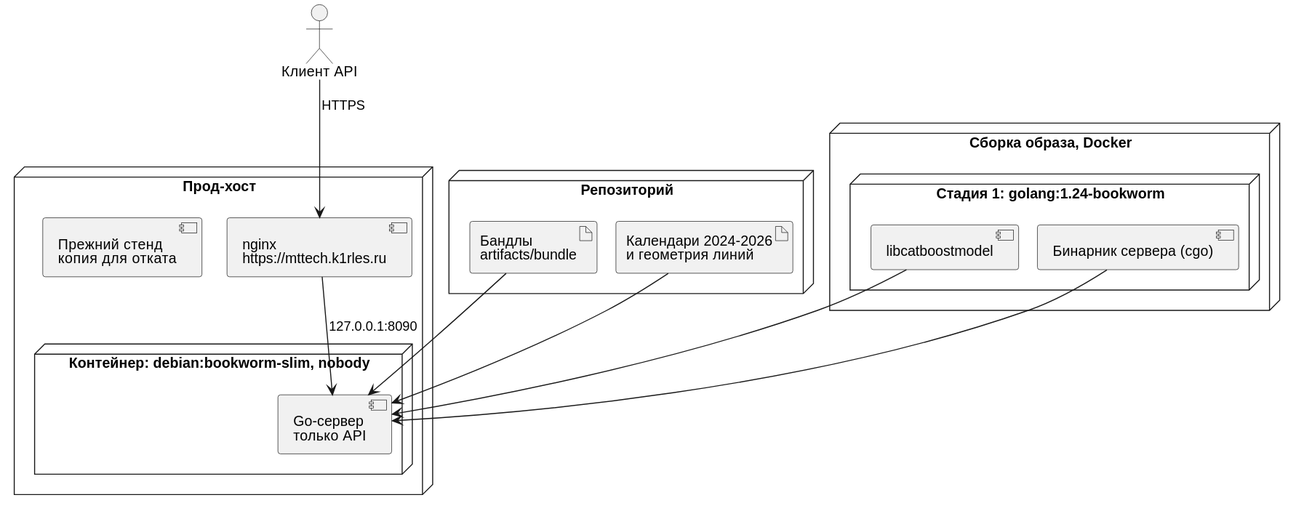
Earlier version of the PlantUML export final/docs/img/diagram-deployment.svg (George573/trans_predicting).
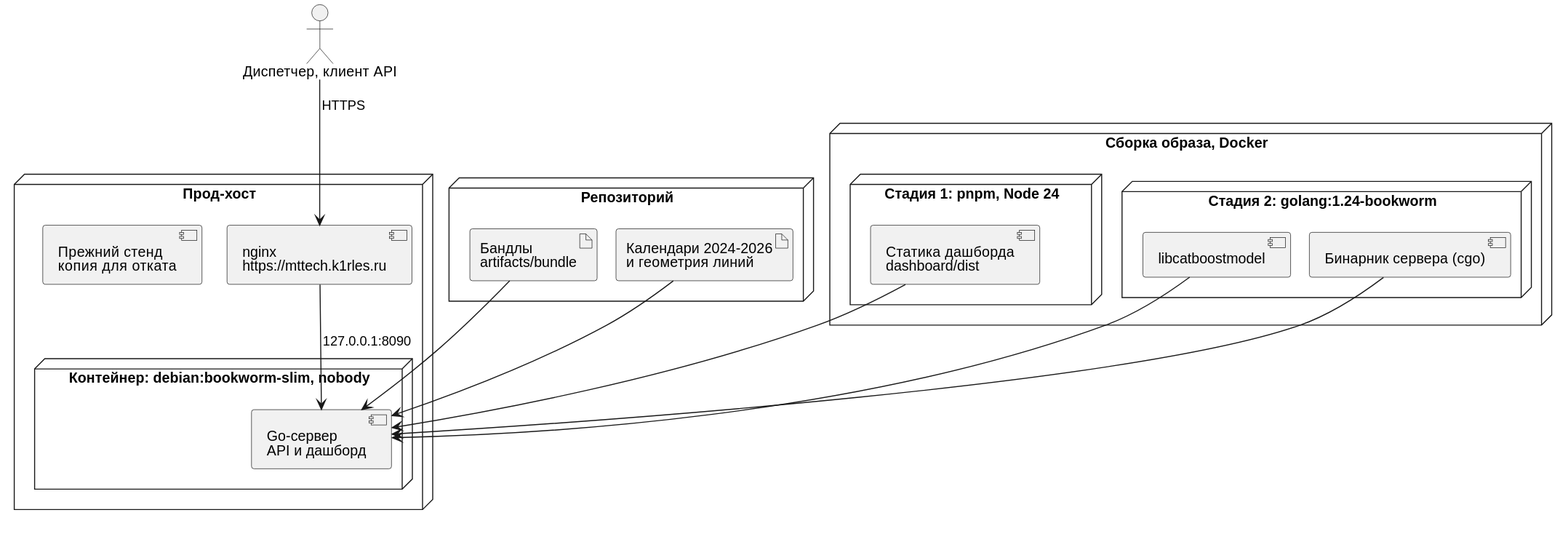
After the commit.

What changed in the source:
```diff
@@ -7,7 +7,10 @@
   artifact "Календари 2024-2026\nи геометрия линий" as ref
 }
 node "Сборка образа, Docker" {
-  node "Стадия 1: golang:1.24-bookworm" as s1 {
+  node "Стадия 1: pnpm, Node 24" as s0 {
+    component "Статика дашборда\ndashboard/dist" as web
+  }
+  node "Стадия 2: golang:1.24-bookworm" as s1 {
     component "libcatboostmodel" as lib
     component "Бинарник сервера (cgo)" as bin
   }
@@ -16,12 +19,13 @@
   component "nginx\nhttps://mttech.k1rles.ru" as nginx
   component "Прежний стенд\nкопия для отката" as old
   node "Контейнер: debian:bookworm-slim, nobody" as run {
-    component "Go-сервер\nтолько API" as srv
+    component "Go-сервер\nAPI и дашборд" as srv
   }
 }
-actor "Клиент API" as cl
+actor "Диспетчер, клиент API" as cl
 lib --> srv
 bin --> srv
+web --> srv
 bnd --> srv
 ref --> srv
 cl --> nginx : HTTPS
```
